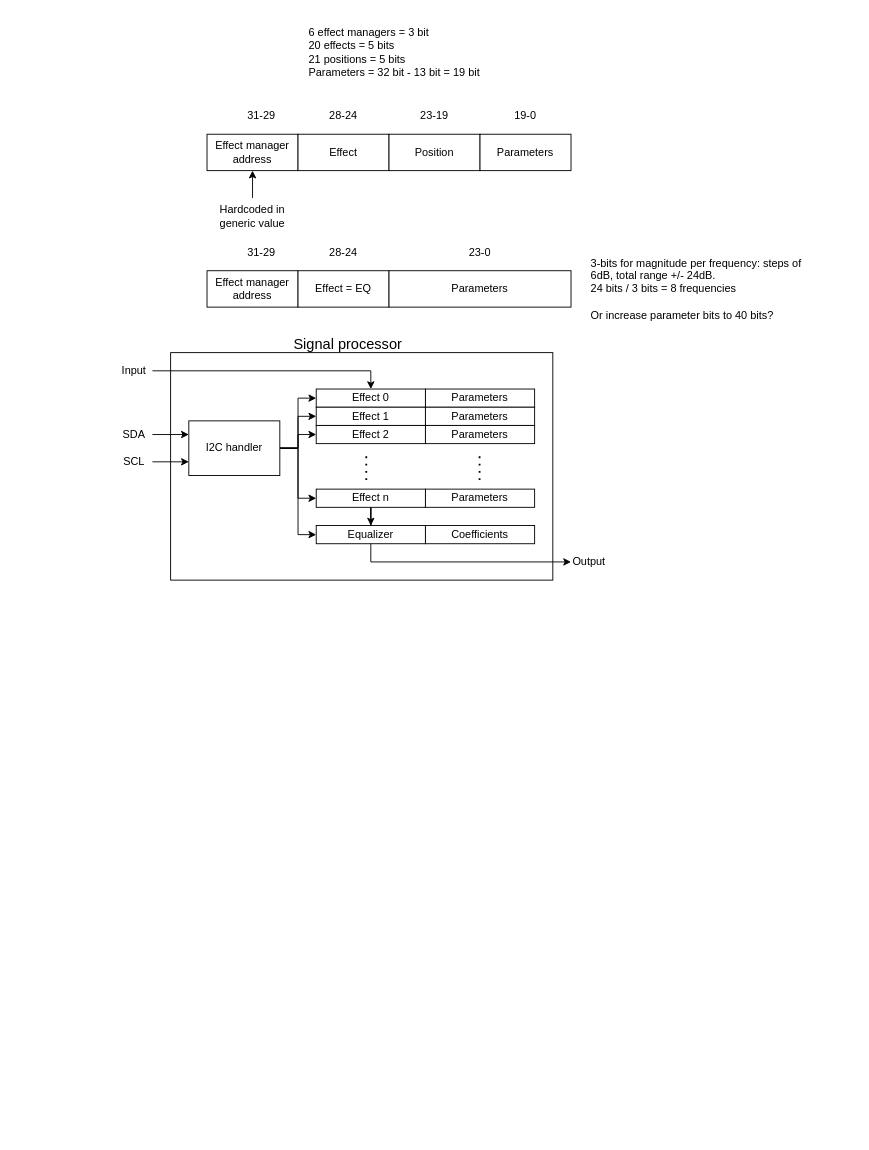
The draw.io diagram page "Page-2" (2 of 2) of Block diagrams/System design/Signal processor design.drawio in HeinVerhallen/Audio-DSP, before the edit. Source tidied: cells renumbered, new cells numbered last; positions are measured from the earlier drawing's top-left corner, leaving out a move shared by most shapes. Both pictures are drawn from the tidied source at 91%, with x=0, y=0 at pixel (116, 15).
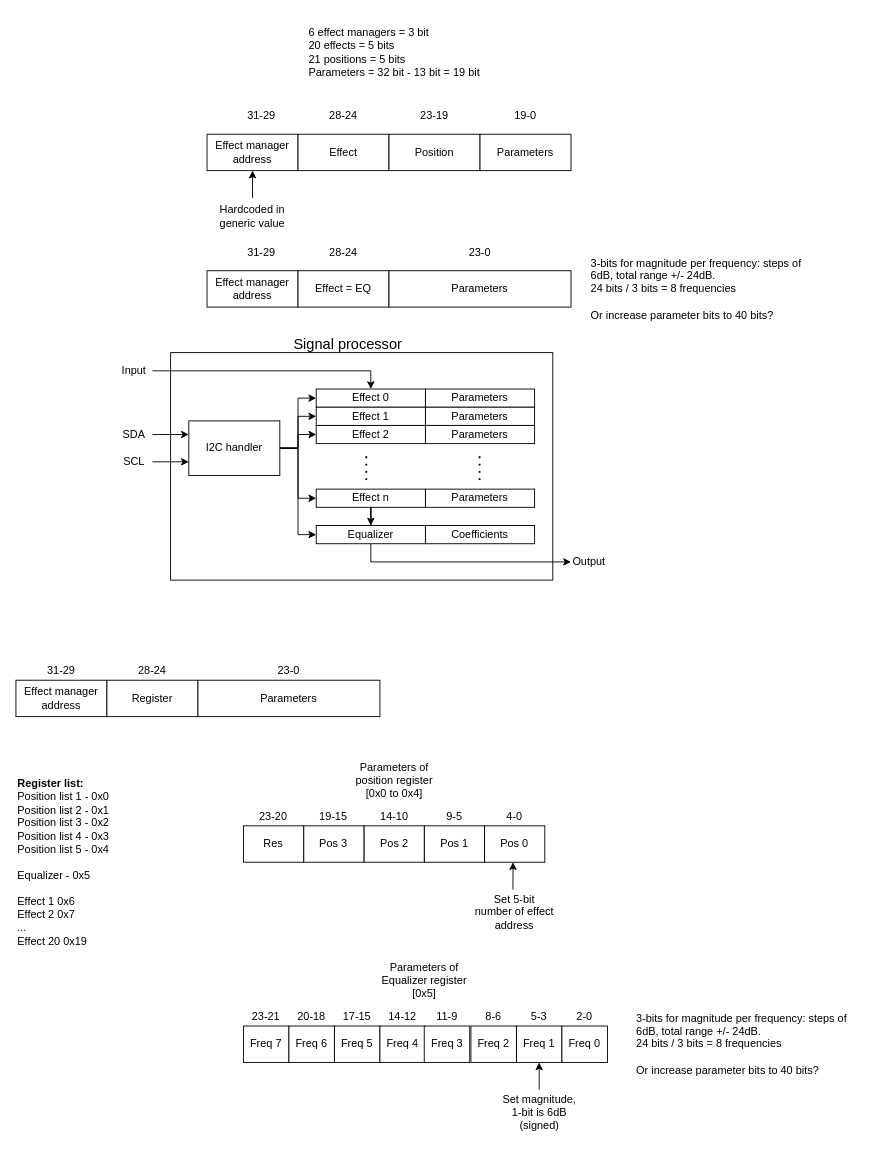
Above is the later version.

Commit message (it also covers changes not shown here):
Updated system design diagram

Added data communication idea with register explanation.

The edit, as a diff of the source:
```diff
@@
+    <mxCell id="50" value="Effect manager address" style="rounded=0;whiteSpace=wrap;html=1;" parent="1" vertex="1">
+      <mxGeometry x="-110" y="730" width="100" height="40" as="geometry" />
+    </mxCell>
+    <mxCell id="51" value="Register" style="rounded=0;whiteSpace=wrap;html=1;" parent="1" vertex="1">
+      <mxGeometry x="-10" y="730" width="100" height="40" as="geometry" />
+    </mxCell>
+    <mxCell id="52" value="Parameters" style="rounded=0;whiteSpace=wrap;html=1;" parent="1" vertex="1">
+      <mxGeometry x="90" y="730" width="200" height="40" as="geometry" />
+    </mxCell>
+    <mxCell id="53" value="31-29" style="text;html=1;strokeColor=none;fillColor=none;align=center;verticalAlign=middle;whiteSpace=wrap;rounded=0;" parent="1" vertex="1">
+      <mxGeometry x="-80" y="710" width="40" height="20" as="geometry" />
+    </mxCell>
+    <mxCell id="54" value="28-24" style="text;html=1;strokeColor=none;fillColor=none;align=center;verticalAlign=middle;whiteSpace=wrap;rounded=0;" parent="1" vertex="1">
+      <mxGeometry x="20" y="710" width="40" height="20" as="geometry" />
+    </mxCell>
+    <mxCell id="55" value="23-0" style="text;html=1;strokeColor=none;fillColor=none;align=center;verticalAlign=middle;whiteSpace=wrap;rounded=0;" parent="1" vertex="1">
+      <mxGeometry x="170" y="710" width="40" height="20" as="geometry" />
+    </mxCell>
+    <mxCell id="56" value="&lt;b&gt;Register list:&lt;/b&gt;&lt;br&gt;Position list 1 - 0x0&amp;nbsp;&lt;br&gt;Position list 2 - 0x1&lt;br&gt;Position list 3 - 0x2&lt;br&gt;Position list 4 - 0x3&lt;br&gt;Position list 5 - 0x4&lt;br&gt;&lt;br&gt;Equalizer - 0x5&lt;br&gt;&lt;br&gt;Effect 1 0x6&lt;br&gt;Effect 2 0x7&lt;br&gt;...&lt;br&gt;Effect 20 0x19&lt;br&gt;&lt;br&gt;" style="text;html=1;strokeColor=none;fillColor=none;align=left;verticalAlign=top;whiteSpace=wrap;rounded=0;" parent="1" vertex="1">
+      <mxGeometry x="-110" y="830" width="190" height="210" as="geometry" />
+    </mxCell>
+    <mxCell id="57" value="Pos 0" style="rounded=0;whiteSpace=wrap;html=1;" parent="1" vertex="1">
+      <mxGeometry x="405" y="890" width="66.2" height="40" as="geometry" />
+    </mxCell>
+    <mxCell id="58" value="Pos 1" style="rounded=0;whiteSpace=wrap;html=1;" parent="1" vertex="1">
+      <mxGeometry x="338.8" y="890" width="66.2" height="40" as="geometry" />
+    </mxCell>
+    <mxCell id="59" value="Pos 2" style="rounded=0;whiteSpace=wrap;html=1;" parent="1" vertex="1">
+      <mxGeometry x="272.5" y="890" width="66.2" height="40" as="geometry" />
+    </mxCell>
+    <mxCell id="60" value="Pos 3" style="rounded=0;whiteSpace=wrap;html=1;" parent="1" vertex="1">
+      <mxGeometry x="206.2" y="890" width="66.2" height="40" as="geometry" />
+    </mxCell>
+    <mxCell id="61" value="19-15" style="text;html=1;strokeColor=none;fillColor=none;align=center;verticalAlign=middle;whiteSpace=wrap;rounded=0;" parent="1" vertex="1">
+      <mxGeometry x="219.4" y="870" width="40" height="20" as="geometry" />
+    </mxCell>
+    <mxCell id="62" value="14-10" style="text;html=1;strokeColor=none;fillColor=none;align=center;verticalAlign=middle;whiteSpace=wrap;rounded=0;" parent="1" vertex="1">
+      <mxGeometry x="285.6" y="870" width="40" height="20" as="geometry" />
+    </mxCell>
+    <mxCell id="63" value="9-5" style="text;html=1;strokeColor=none;fillColor=none;align=center;verticalAlign=middle;whiteSpace=wrap;rounded=0;" parent="1" vertex="1">
+      <mxGeometry x="351.9" y="870" width="40" height="20" as="geometry" />
+    </mxCell>
+    <mxCell id="64" value="4-0" style="text;html=1;strokeColor=none;fillColor=none;align=center;verticalAlign=middle;whiteSpace=wrap;rounded=0;" parent="1" vertex="1">
+      <mxGeometry x="418.1" y="870" width="40" height="20" as="geometry" />
+    </mxCell>
+    <mxCell id="65" value="Res" style="rounded=0;whiteSpace=wrap;html=1;" parent="1" vertex="1">
+      <mxGeometry x="140" y="890" width="66.2" height="40" as="geometry" />
+    </mxCell>
+    <mxCell id="66" value="23-20" style="text;html=1;strokeColor=none;fillColor=none;align=center;verticalAlign=middle;whiteSpace=wrap;rounded=0;" parent="1" vertex="1">
+      <mxGeometry x="153.1" y="870" width="40" height="20" as="geometry" />
+    </mxCell>
+    <mxCell id="67" value="Parameters of position register [0x0 to 0x4]" style="text;html=1;strokeColor=none;fillColor=none;align=center;verticalAlign=middle;whiteSpace=wrap;rounded=0;" parent="1" vertex="1">
+      <mxGeometry x="252.6" y="820" width="106" height="40" as="geometry" />
+    </mxCell>
+    <mxCell id="68" style="endArrow=classic;html=1;entryX=0.472;entryY=1;entryDx=0;entryDy=0;entryPerimeter=0;" parent="1" edge="1" target="57">
+      <mxGeometry relative="1" as="geometry">
+        <mxPoint x="436.2" y="960" as="sourcePoint" />
+      </mxGeometry>
+    </mxCell>
+    <mxCell id="69" value="Set 5-bit number of effect address" style="text;html=1;strokeColor=none;fillColor=none;align=center;verticalAlign=middle;whiteSpace=wrap;rounded=0;" parent="1" vertex="1">
+      <mxGeometry x="393.1" y="960" width="90" height="50" as="geometry" />
+    </mxCell>
+    <mxCell id="70" value="Freq 7" style="rounded=0;whiteSpace=wrap;html=1;" parent="1" vertex="1">
+      <mxGeometry x="140" y="1110" width="50" height="40" as="geometry" />
+    </mxCell>
+    <mxCell id="71" value="2-0" style="text;html=1;strokeColor=none;fillColor=none;align=center;verticalAlign=middle;whiteSpace=wrap;rounded=0;" parent="1" vertex="1">
+      <mxGeometry x="495" y="1090" width="40" height="20" as="geometry" />
+    </mxCell>
+    <mxCell id="72" value="3-bits for magnitude per frequency: steps of 6dB, total range +/- 24dB.&lt;br&gt;24 bits / 3 bits = 8 frequencies&lt;br&gt;&lt;br&gt;Or increase parameter bits to 40 bits?" style="text;html=1;strokeColor=none;fillColor=none;align=left;verticalAlign=middle;whiteSpace=wrap;rounded=0;" parent="1" vertex="1">
+      <mxGeometry x="570" y="1095" width="240" height="70" as="geometry" />
+    </mxCell>
+    <mxCell id="73" value="Freq 6" style="rounded=0;whiteSpace=wrap;html=1;" parent="1" vertex="1">
+      <mxGeometry x="190" y="1110" width="50" height="40" as="geometry" />
+    </mxCell>
+    <mxCell id="74" value="Freq 5" style="rounded=0;whiteSpace=wrap;html=1;" parent="1" vertex="1">
+      <mxGeometry x="240" y="1110" width="50" height="40" as="geometry" />
+    </mxCell>
+    <mxCell id="75" value="Freq 4" style="rounded=0;whiteSpace=wrap;html=1;" parent="1" vertex="1">
+      <mxGeometry x="290" y="1110" width="50" height="40" as="geometry" />
+    </mxCell>
+    <mxCell id="76" value="Freq 3" style="rounded=0;whiteSpace=wrap;html=1;" parent="1" vertex="1">
+      <mxGeometry x="338.7" y="1110" width="50" height="40" as="geometry" />
+    </mxCell>
+    <mxCell id="77" value="Freq 2" style="rounded=0;whiteSpace=wrap;html=1;" parent="1" vertex="1">
+      <mxGeometry x="390" y="1110" width="50" height="40" as="geometry" />
+    </mxCell>
+    <mxCell id="78" value="Freq 1" style="rounded=0;whiteSpace=wrap;html=1;" parent="1" vertex="1">
+      <mxGeometry x="440" y="1110" width="50" height="40" as="geometry" />
+    </mxCell>
+    <mxCell id="79" value="Freq 0" style="rounded=0;whiteSpace=wrap;html=1;" parent="1" vertex="1">
+      <mxGeometry x="490" y="1110" width="50" height="40" as="geometry" />
+    </mxCell>
+    <mxCell id="80" value="5-3" style="text;html=1;strokeColor=none;fillColor=none;align=center;verticalAlign=middle;whiteSpace=wrap;rounded=0;" parent="1" vertex="1">
+      <mxGeometry x="445" y="1090" width="40" height="20" as="geometry" />
+    </mxCell>
+    <mxCell id="81" value="8-6" style="text;html=1;strokeColor=none;fillColor=none;align=center;verticalAlign=middle;whiteSpace=wrap;rounded=0;" parent="1" vertex="1">
+      <mxGeometry x="395" y="1090" width="40" height="20" as="geometry" />
+    </mxCell>
+    <mxCell id="82" value="11-9" style="text;html=1;strokeColor=none;fillColor=none;align=center;verticalAlign=middle;whiteSpace=wrap;rounded=0;" parent="1" vertex="1">
+      <mxGeometry x="343.7" y="1090" width="40" height="20" as="geometry" />
+    </mxCell>
+    <mxCell id="83" value="14-12" style="text;html=1;strokeColor=none;fillColor=none;align=center;verticalAlign=middle;whiteSpace=wrap;rounded=0;" parent="1" vertex="1">
+      <mxGeometry x="295" y="1090" width="40" height="20" as="geometry" />
+    </mxCell>
+    <mxCell id="84" value="17-15" style="text;html=1;strokeColor=none;fillColor=none;align=center;verticalAlign=middle;whiteSpace=wrap;rounded=0;" parent="1" vertex="1">
+      <mxGeometry x="245" y="1090" width="40" height="20" as="geometry" />
+    </mxCell>
+    <mxCell id="85" value="20-18" style="text;html=1;strokeColor=none;fillColor=none;align=center;verticalAlign=middle;whiteSpace=wrap;rounded=0;" parent="1" vertex="1">
+      <mxGeometry x="195" y="1090" width="40" height="20" as="geometry" />
+    </mxCell>
+    <mxCell id="86" value="23-21" style="text;html=1;strokeColor=none;fillColor=none;align=center;verticalAlign=middle;whiteSpace=wrap;rounded=0;" parent="1" vertex="1">
+      <mxGeometry x="145" y="1090" width="40" height="20" as="geometry" />
+    </mxCell>
+    <mxCell id="87" style="endArrow=classic;html=1;entryX=0.5;entryY=1;entryDx=0;entryDy=0;" parent="1" edge="1" target="78">
+      <mxGeometry relative="1" as="geometry">
+        <mxPoint x="465" y="1180" as="sourcePoint" />
+      </mxGeometry>
+    </mxCell>
+    <mxCell id="88" value="Set magnitude, 1-bit is 6dB&lt;br&gt;(signed)" style="text;html=1;strokeColor=none;fillColor=none;align=center;verticalAlign=middle;whiteSpace=wrap;rounded=0;" parent="1" vertex="1">
+      <mxGeometry x="417.5" y="1180" width="95" height="50" as="geometry" />
+    </mxCell>
+    <mxCell id="89" value="Parameters of Equalizer register [0x5]" style="text;html=1;strokeColor=none;fillColor=none;align=center;verticalAlign=middle;whiteSpace=wrap;rounded=0;" parent="1" vertex="1">
+      <mxGeometry x="285.9" y="1040" width="106" height="40" as="geometry" />
+    </mxCell>
```
